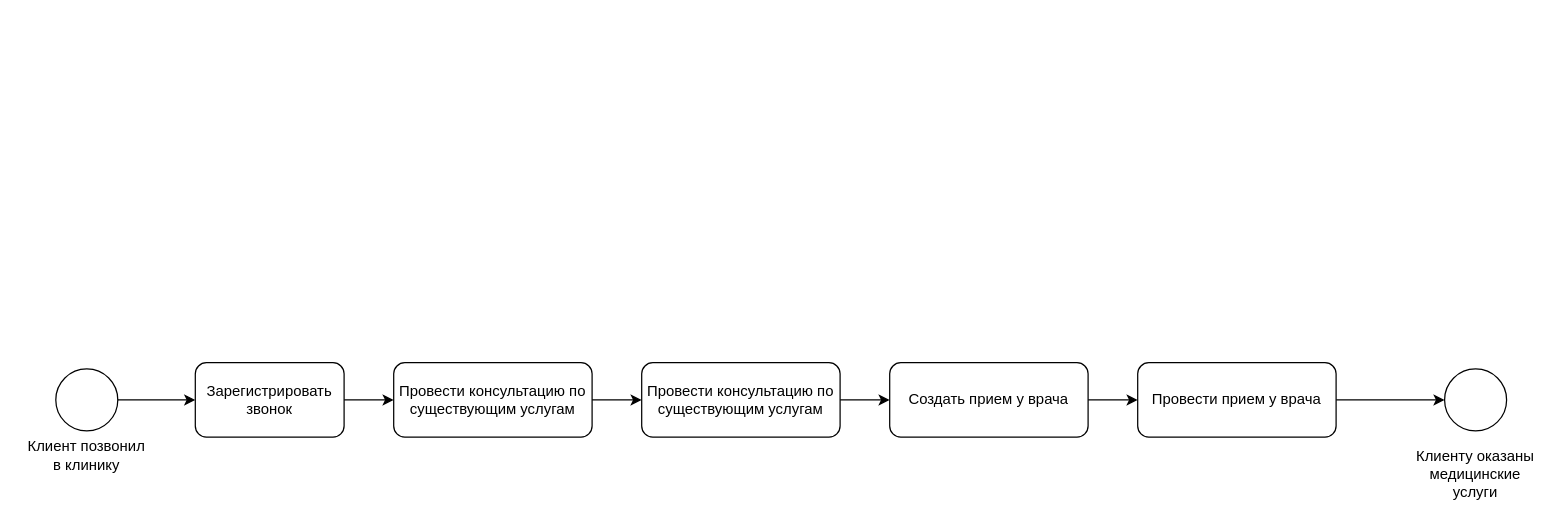
Earlier version of the draw.io diagram Business Processes.drawio (arturyumaev/Bachelor-Diploma-Docs). Source tidied: cells renumbered, new cells numbered last; positions are measured from the earlier drawing's top-left corner, leaving out a move shared by most shapes. Both pictures are drawn from the tidied source at 124%, with x=0, y=0 at pixel (21, 362).
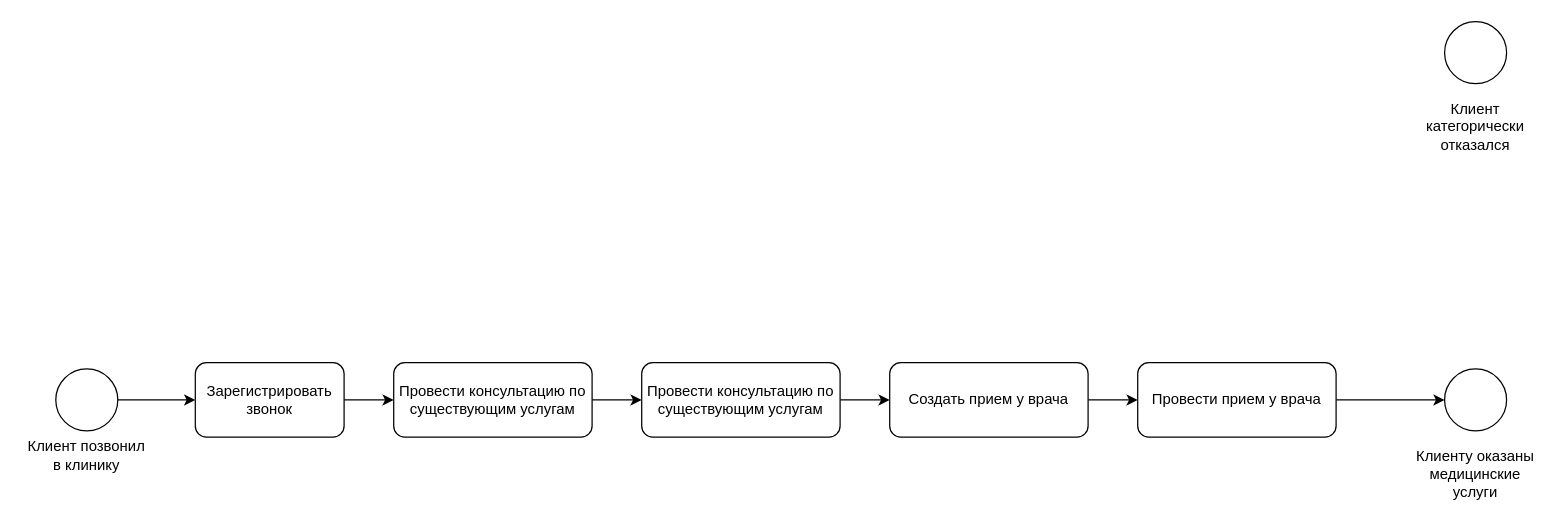
The same diagram, later.

Diff of the diagram source:
```diff
@@
+    <mxCell id="19" style="group;" parent="1" vertex="1">
+      <mxGeometry x="1120" y="-275" width="105" height="110" as="geometry" />
+    </mxCell>
+    <mxCell id="20" style="ellipse;whiteSpace=wrap;html=1;align=left;" parent="19" vertex="1">
+      <mxGeometry x="27.5" width="50" height="50" as="geometry" />
+    </mxCell>
+    <mxCell id="21" value="Клиент категорически отказался" style="text;html=1;strokeColor=none;fillColor=none;align=center;verticalAlign=middle;whiteSpace=wrap;rounded=0;" parent="19" vertex="1">
+      <mxGeometry y="60" width="105" height="50" as="geometry" />
+    </mxCell>
```
